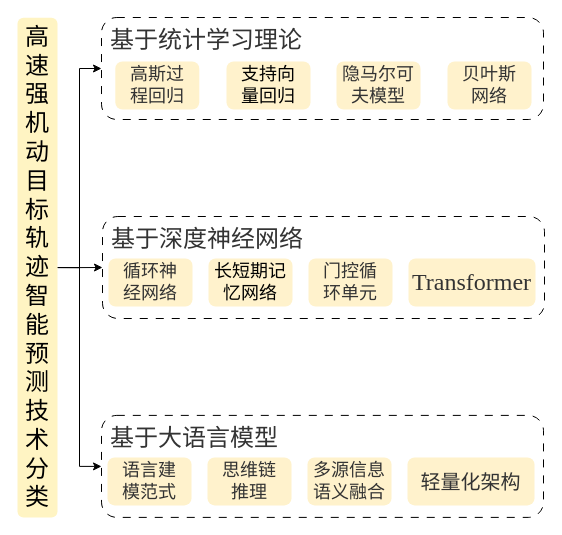
Above: 框架2.drawio in master-fency/plot (draw.io), before the change. Source tidied: cells renumbered, new cells numbered last; positions are measured from the earlier drawing's top-left corner, leaving out a move shared by most shapes. Both pictures are drawn from the tidied source at 100%, with x=0, y=0 at pixel (17, 17).
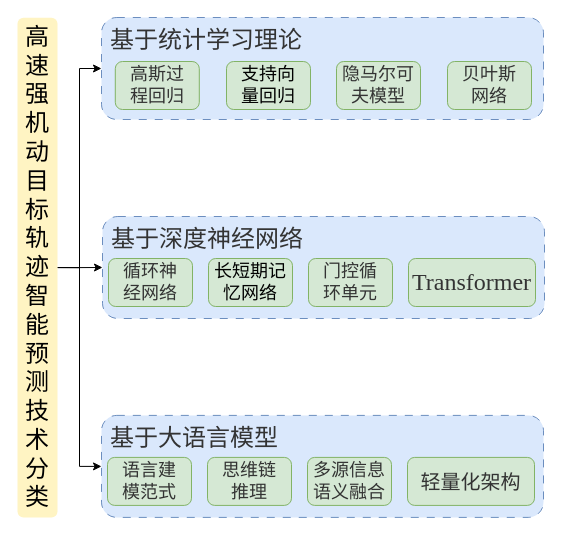
The same diagram, later.

Unchanged cells that the change refers to:
```xml
<mxCell id="6" style="group;" parent="1" vertex="1">
  <mxGeometry x="85" y="199" width="442" height="102" as="geometry" />
</mxCell>
<mxCell id="8" style="group;" parent="6" vertex="1">
  <mxGeometry x="6" y="42" width="427" height="48" as="geometry" />
</mxCell>
<mxCell id="13" style="group;strokeColor=none;" parent="1" vertex="1">
  <mxGeometry x="84" width="442" height="102" as="geometry" />
</mxCell>
<mxCell id="15" style="group;" parent="13" vertex="1">
  <mxGeometry x="13.8" y="44" width="411.5" height="48" as="geometry" />
</mxCell>
<mxCell id="20" style="group;" parent="1" vertex="1">
  <mxGeometry x="84" y="397.9" width="442" height="102" as="geometry" />
</mxCell>
<mxCell id="22" style="group;" parent="20" vertex="1">
  <mxGeometry x="6" y="42" width="427" height="48" as="geometry" />
</mxCell>
```

Diff of the diagram source:
```diff
@@
-    <mxCell id="7" value="&lt;div style=&quot;line-height: 150%;&quot;&gt;&lt;span style=&quot;font-size: 24px; font-family: &amp;quot;Times New Roman&amp;quot;; background-color: transparent; color: light-dark(rgb(51, 51, 51), rgb(193, 193, 193));&quot;&gt;基于深度神经网络&lt;/span&gt;&lt;/div&gt;" style="rounded=1;whiteSpace=wrap;html=1;fillColor=none;fontColor=#333333;strokeColor=#000000;align=left;verticalAlign=top;spacingTop=7.874;spacingLeft=7.874;dashed=1;dashPattern=8 8;" parent="6" vertex="1">
+    <mxCell id="7" value="&lt;div style=&quot;line-height: 150%;&quot;&gt;&lt;span style=&quot;font-size: 24px; font-family: &amp;quot;Times New Roman&amp;quot;; background-color: transparent; color: light-dark(rgb(51, 51, 51), rgb(193, 193, 193));&quot;&gt;基于深度神经网络&lt;/span&gt;&lt;/div&gt;" style="rounded=1;whiteSpace=wrap;html=1;fillColor=#dae8fc;strokeColor=#6c8ebf;align=left;verticalAlign=top;spacingTop=7.874;spacingLeft=7.874;dashed=1;dashPattern=8 8;" parent="6" vertex="1">
       <mxGeometry width="442" height="102" as="geometry" />
     </mxCell>
@@
-    <mxCell id="9" value="&lt;pre&gt;&lt;span style=&quot;font-family: &amp;quot;Times New Roman&amp;quot;; white-space: normal;&quot;&gt;&lt;font style=&quot;font-size: 18px;&quot;&gt;长短期记忆网络&lt;/font&gt;&lt;/span&gt;&lt;/pre&gt;" style="rounded=1;whiteSpace=wrap;html=1;fillColor=#fff2cc;strokeColor=none;" parent="8" vertex="1">
+    <mxCell id="9" value="&lt;pre&gt;&lt;span style=&quot;font-family: &amp;quot;Times New Roman&amp;quot;; white-space: normal;&quot;&gt;&lt;font style=&quot;font-size: 18px;&quot;&gt;长短期记忆网络&lt;/font&gt;&lt;/span&gt;&lt;/pre&gt;" style="rounded=1;whiteSpace=wrap;html=1;fillColor=#d5e8d4;strokeColor=#82b366;" parent="8" vertex="1">
       <mxGeometry x="100" width="84" height="48" as="geometry" />
     </mxCell>
-    <mxCell id="10" value="&lt;pre&gt;&lt;span style=&quot;color: rgb(51, 51, 51); font-family: &amp;quot;Times New Roman&amp;quot;; white-space: normal;&quot;&gt;&lt;font style=&quot;font-size: 18px;&quot;&gt;循环神&lt;br&gt;经网络&lt;/font&gt;&lt;/span&gt;&lt;/pre&gt;" style="rounded=1;whiteSpace=wrap;html=1;fillColor=#fff2cc;strokeColor=none;" parent="8" vertex="1">
+    <mxCell id="10" value="&lt;pre&gt;&lt;span style=&quot;color: rgb(51, 51, 51); font-family: &amp;quot;Times New Roman&amp;quot;; white-space: normal;&quot;&gt;&lt;font style=&quot;font-size: 18px;&quot;&gt;循环神&lt;br&gt;经网络&lt;/font&gt;&lt;/span&gt;&lt;/pre&gt;" style="rounded=1;whiteSpace=wrap;html=1;fillColor=#d5e8d4;strokeColor=#82b366;" parent="8" vertex="1">
       <mxGeometry width="84" height="48" as="geometry" />
     </mxCell>
-    <mxCell id="11" value="&lt;pre&gt;&lt;span style=&quot;color: rgb(51, 51, 51); font-family: &amp;quot;Times New Roman&amp;quot;; white-space: normal;&quot;&gt;&lt;font style=&quot;font-size: 18px;&quot;&gt;门控循&lt;br&gt;环单元&lt;/font&gt;&lt;/span&gt;&lt;/pre&gt;" style="rounded=1;whiteSpace=wrap;html=1;fillColor=#fff2cc;strokeColor=none;" parent="8" vertex="1">
+    <mxCell id="11" value="&lt;pre&gt;&lt;span style=&quot;color: rgb(51, 51, 51); font-family: &amp;quot;Times New Roman&amp;quot;; white-space: normal;&quot;&gt;&lt;font style=&quot;font-size: 18px;&quot;&gt;门控循&lt;br&gt;环单元&lt;/font&gt;&lt;/span&gt;&lt;/pre&gt;" style="rounded=1;whiteSpace=wrap;html=1;fillColor=#d5e8d4;strokeColor=#82b366;" parent="8" vertex="1">
       <mxGeometry x="200" width="84" height="48" as="geometry" />
     </mxCell>
-    <mxCell id="12" value="&lt;pre&gt;&lt;span style=&quot;color: rgb(51, 51, 51); font-family: &amp;quot;Times New Roman&amp;quot;; font-size: 24px; white-space: normal;&quot;&gt;Transformer&lt;/span&gt;&lt;/pre&gt;" style="rounded=1;whiteSpace=wrap;html=1;fillColor=#fff2cc;strokeColor=none;" parent="8" vertex="1">
+    <mxCell id="12" value="&lt;pre&gt;&lt;span style=&quot;color: rgb(51, 51, 51); font-family: &amp;quot;Times New Roman&amp;quot;; font-size: 24px; white-space: normal;&quot;&gt;Transformer&lt;/span&gt;&lt;/pre&gt;" style="rounded=1;whiteSpace=wrap;html=1;fillColor=#d5e8d4;strokeColor=#82b366;" parent="8" vertex="1">
       <mxGeometry x="300" width="127" height="48" as="geometry" />
     </mxCell>
@@
-    <mxCell id="14" value="&lt;div style=&quot;line-height: 150%;&quot;&gt;&lt;span style=&quot;font-size: 24px; font-family: &amp;quot;Times New Roman&amp;quot;; background-color: transparent; color: light-dark(rgb(51, 51, 51), rgb(193, 193, 193));&quot;&gt;基于统计学习理论&lt;/span&gt;&lt;/div&gt;" style="rounded=1;whiteSpace=wrap;html=1;fillColor=none;fontColor=#333333;strokeColor=#000000;align=left;verticalAlign=top;spacingTop=7.874;spacingLeft=7.874;dashed=1;dashPattern=8 8;" parent="13" vertex="1">
+    <mxCell id="14" value="&lt;div style=&quot;line-height: 150%;&quot;&gt;&lt;span style=&quot;font-size: 24px; font-family: &amp;quot;Times New Roman&amp;quot;; background-color: transparent; color: light-dark(rgb(51, 51, 51), rgb(193, 193, 193));&quot;&gt;基于统计学习理论&lt;/span&gt;&lt;/div&gt;" style="rounded=1;whiteSpace=wrap;html=1;fillColor=#dae8fc;strokeColor=#6c8ebf;align=left;verticalAlign=top;spacingTop=7.874;spacingLeft=7.874;dashed=1;dashPattern=8 8;" parent="13" vertex="1">
       <mxGeometry width="442" height="102" as="geometry" />
     </mxCell>
@@
-    <mxCell id="16" value="&lt;pre&gt;&lt;span style=&quot;color: rgb(51, 51, 51); font-family: &amp;quot;Times New Roman&amp;quot;; white-space: normal;&quot;&gt;&lt;font style=&quot;font-size: 18px;&quot;&gt;贝叶斯&lt;br&gt;网络&lt;/font&gt;&lt;/span&gt;&lt;/pre&gt;" style="rounded=1;whiteSpace=wrap;html=1;fillColor=#fff2cc;strokeColor=none;" parent="15" vertex="1">
+    <mxCell id="16" value="&lt;pre&gt;&lt;span style=&quot;color: rgb(51, 51, 51); font-family: &amp;quot;Times New Roman&amp;quot;; white-space: normal;&quot;&gt;&lt;font style=&quot;font-size: 18px;&quot;&gt;贝叶斯&lt;br&gt;网络&lt;/font&gt;&lt;/span&gt;&lt;/pre&gt;" style="rounded=1;whiteSpace=wrap;html=1;fillColor=#d5e8d4;strokeColor=#82b366;" parent="15" vertex="1">
       <mxGeometry x="332.2" width="84" height="48" as="geometry" />
     </mxCell>
-    <mxCell id="17" value="&lt;pre&gt;&lt;span style=&quot;font-family: &amp;quot;Times New Roman&amp;quot;; white-space: normal;&quot;&gt;&lt;font style=&quot;font-size: 18px;&quot;&gt;支持向&lt;br&gt;量回归&lt;/font&gt;&lt;/span&gt;&lt;/pre&gt;" style="rounded=1;whiteSpace=wrap;html=1;fillColor=#fff2cc;strokeColor=none;" parent="15" vertex="1">
+    <mxCell id="17" value="&lt;pre&gt;&lt;span style=&quot;font-family: &amp;quot;Times New Roman&amp;quot;; white-space: normal;&quot;&gt;&lt;font style=&quot;font-size: 18px;&quot;&gt;支持向&lt;br&gt;量回归&lt;/font&gt;&lt;/span&gt;&lt;/pre&gt;" style="rounded=1;whiteSpace=wrap;html=1;fillColor=#d5e8d4;strokeColor=#82b366;" parent="15" vertex="1">
       <mxGeometry x="111.2" width="84" height="48" as="geometry" />
     </mxCell>
-    <mxCell id="18" value="&lt;pre&gt;&lt;font color=&quot;#333333&quot; face=&quot;Times New Roman&quot; style=&quot;font-size: 18px;&quot;&gt;&lt;span style=&quot;white-space: normal;&quot;&gt;高斯过&lt;br&gt;程回归&lt;/span&gt;&lt;/font&gt;&lt;/pre&gt;" style="rounded=1;whiteSpace=wrap;html=1;fillColor=#fff2cc;strokeColor=none;" parent="15" vertex="1">
+    <mxCell id="18" value="&lt;pre&gt;&lt;font color=&quot;#333333&quot; face=&quot;Times New Roman&quot; style=&quot;font-size: 18px;&quot;&gt;&lt;span style=&quot;white-space: normal;&quot;&gt;高斯过&lt;br&gt;程回归&lt;/span&gt;&lt;/font&gt;&lt;/pre&gt;" style="rounded=1;whiteSpace=wrap;html=1;fillColor=#d5e8d4;strokeColor=#82b366;" parent="15" vertex="1">
       <mxGeometry width="84" height="48" as="geometry" />
     </mxCell>
-    <mxCell id="19" value="&lt;pre&gt;&lt;span style=&quot;color: rgb(51, 51, 51); font-family: &amp;quot;Times New Roman&amp;quot;; white-space: normal;&quot;&gt;&lt;font style=&quot;font-size: 18px;&quot;&gt;隐马尔可夫模型&lt;/font&gt;&lt;/span&gt;&lt;/pre&gt;" style="rounded=1;whiteSpace=wrap;html=1;fillColor=#fff2cc;strokeColor=none;" parent="15" vertex="1">
+    <mxCell id="19" value="&lt;pre&gt;&lt;span style=&quot;color: rgb(51, 51, 51); font-family: &amp;quot;Times New Roman&amp;quot;; white-space: normal;&quot;&gt;&lt;font style=&quot;font-size: 18px;&quot;&gt;隐马尔可夫模型&lt;/font&gt;&lt;/span&gt;&lt;/pre&gt;" style="rounded=1;whiteSpace=wrap;html=1;fillColor=#d5e8d4;strokeColor=#82b366;" parent="15" vertex="1">
       <mxGeometry x="221.2" width="84" height="48" as="geometry" />
     </mxCell>
@@
-    <mxCell id="21" value="&lt;div style=&quot;line-height: 150%;&quot;&gt;&lt;span style=&quot;font-size: 24px; font-family: &amp;quot;Times New Roman&amp;quot;; background-color: transparent; color: light-dark(rgb(51, 51, 51), rgb(193, 193, 193));&quot;&gt;基于大语言模型&lt;/span&gt;&lt;/div&gt;" style="rounded=1;whiteSpace=wrap;html=1;fillColor=none;fontColor=#333333;strokeColor=#000000;align=left;verticalAlign=top;spacingTop=7.874;spacingLeft=7.874;dashed=1;dashPattern=8 8;" parent="20" vertex="1">
+    <mxCell id="21" value="&lt;div style=&quot;line-height: 150%;&quot;&gt;&lt;span style=&quot;font-size: 24px; font-family: &amp;quot;Times New Roman&amp;quot;; background-color: transparent; color: light-dark(rgb(51, 51, 51), rgb(193, 193, 193));&quot;&gt;基于大语言模型&lt;/span&gt;&lt;/div&gt;" style="rounded=1;whiteSpace=wrap;html=1;fillColor=#dae8fc;strokeColor=#6c8ebf;align=left;verticalAlign=top;spacingTop=7.874;spacingLeft=7.874;dashed=1;dashPattern=8 8;" parent="20" vertex="1">
       <mxGeometry width="442" height="102" as="geometry" />
     </mxCell>
@@
-    <mxCell id="23" value="&lt;pre&gt;&lt;span style=&quot;color: rgb(51, 51, 51); font-family: &amp;quot;Times New Roman&amp;quot;; white-space: normal;&quot;&gt;&lt;font style=&quot;font-size: 18px;&quot;&gt;思维链&lt;br&gt;推理&lt;/font&gt;&lt;/span&gt;&lt;/pre&gt;" style="rounded=1;whiteSpace=wrap;html=1;fillColor=#fff2cc;strokeColor=none;" parent="22" vertex="1">
+    <mxCell id="23" value="&lt;pre&gt;&lt;span style=&quot;color: rgb(51, 51, 51); font-family: &amp;quot;Times New Roman&amp;quot;; white-space: normal;&quot;&gt;&lt;font style=&quot;font-size: 18px;&quot;&gt;思维链&lt;br&gt;推理&lt;/font&gt;&lt;/span&gt;&lt;/pre&gt;" style="rounded=1;whiteSpace=wrap;html=1;fillColor=#d5e8d4;strokeColor=#82b366;" parent="22" vertex="1">
       <mxGeometry x="100" width="84" height="48" as="geometry" />
     </mxCell>
-    <mxCell id="24" value="&lt;pre&gt;&lt;span style=&quot;color: rgb(51, 51, 51); font-family: &amp;quot;Times New Roman&amp;quot;; white-space: normal;&quot;&gt;&lt;font style=&quot;font-size: 18px;&quot;&gt;语言建&lt;br&gt;模范式&lt;/font&gt;&lt;/span&gt;&lt;/pre&gt;" style="rounded=1;whiteSpace=wrap;html=1;fillColor=#fff2cc;strokeColor=none;" parent="22" vertex="1">
+    <mxCell id="24" value="&lt;pre&gt;&lt;span style=&quot;color: rgb(51, 51, 51); font-family: &amp;quot;Times New Roman&amp;quot;; white-space: normal;&quot;&gt;&lt;font style=&quot;font-size: 18px;&quot;&gt;语言建&lt;br&gt;模范式&lt;/font&gt;&lt;/span&gt;&lt;/pre&gt;" style="rounded=1;whiteSpace=wrap;html=1;fillColor=#d5e8d4;strokeColor=#82b366;" parent="22" vertex="1">
       <mxGeometry width="84" height="48" as="geometry" />
     </mxCell>
-    <mxCell id="25" value="&lt;pre&gt;&lt;span style=&quot;color: rgb(51, 51, 51); font-family: &amp;quot;Times New Roman&amp;quot;; white-space: normal;&quot;&gt;&lt;font style=&quot;font-size: 18px;&quot;&gt;多源信息语义融合&lt;/font&gt;&lt;/span&gt;&lt;/pre&gt;" style="rounded=1;whiteSpace=wrap;html=1;fillColor=#fff2cc;strokeColor=none;" parent="22" vertex="1">
+    <mxCell id="25" value="&lt;pre&gt;&lt;span style=&quot;color: rgb(51, 51, 51); font-family: &amp;quot;Times New Roman&amp;quot;; white-space: normal;&quot;&gt;&lt;font style=&quot;font-size: 18px;&quot;&gt;多源信息语义融合&lt;/font&gt;&lt;/span&gt;&lt;/pre&gt;" style="rounded=1;whiteSpace=wrap;html=1;fillColor=#d5e8d4;strokeColor=#82b366;" parent="22" vertex="1">
       <mxGeometry x="200" width="84" height="48" as="geometry" />
     </mxCell>
-    <mxCell id="26" value="&lt;pre&gt;&lt;span style=&quot;color: rgb(51, 51, 51); font-family: &amp;quot;Times New Roman&amp;quot;; white-space: normal;&quot;&gt;&lt;font style=&quot;font-size: 20px;&quot;&gt;轻量化架构&lt;/font&gt;&lt;/span&gt;&lt;/pre&gt;" style="rounded=1;whiteSpace=wrap;html=1;fillColor=#fff2cc;strokeColor=none;" parent="22" vertex="1">
+    <mxCell id="26" value="&lt;pre&gt;&lt;span style=&quot;color: rgb(51, 51, 51); font-family: &amp;quot;Times New Roman&amp;quot;; white-space: normal;&quot;&gt;&lt;font style=&quot;font-size: 20px;&quot;&gt;轻量化架构&lt;/font&gt;&lt;/span&gt;&lt;/pre&gt;" style="rounded=1;whiteSpace=wrap;html=1;fillColor=#d5e8d4;strokeColor=#82b366;" parent="22" vertex="1">
       <mxGeometry x="300" width="127" height="48" as="geometry" />
     </mxCell>
```
